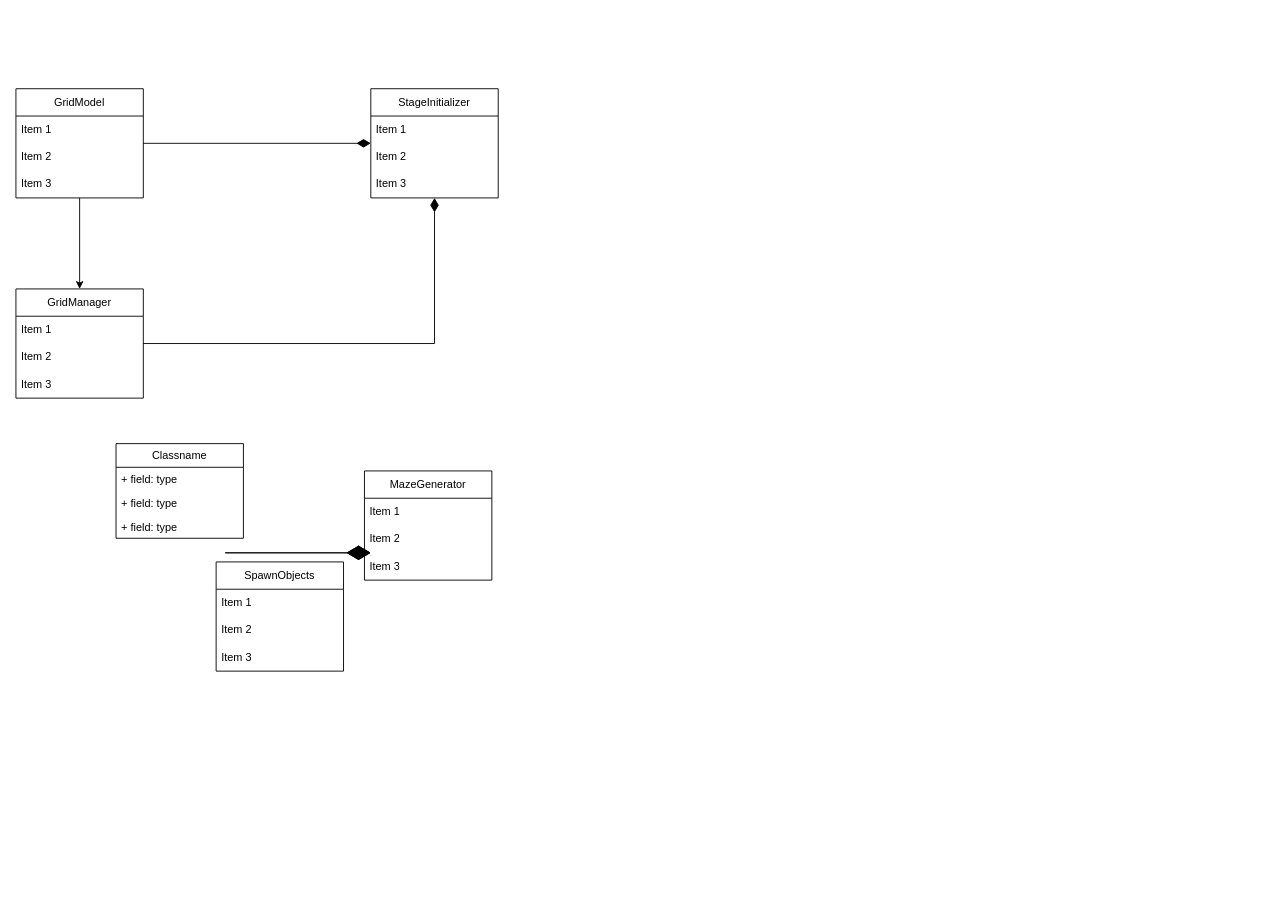
Above: MazeGame_CD.drawio in cat-yyy/myportfolio (draw.io), before the change. Source tidied: cells renumbered, new cells numbered last; positions are measured from the earlier drawing's top-left corner, leaving out a move shared by most shapes. Both pictures are drawn from the tidied source at 91%, with x=0, y=0 at pixel (15, 88).
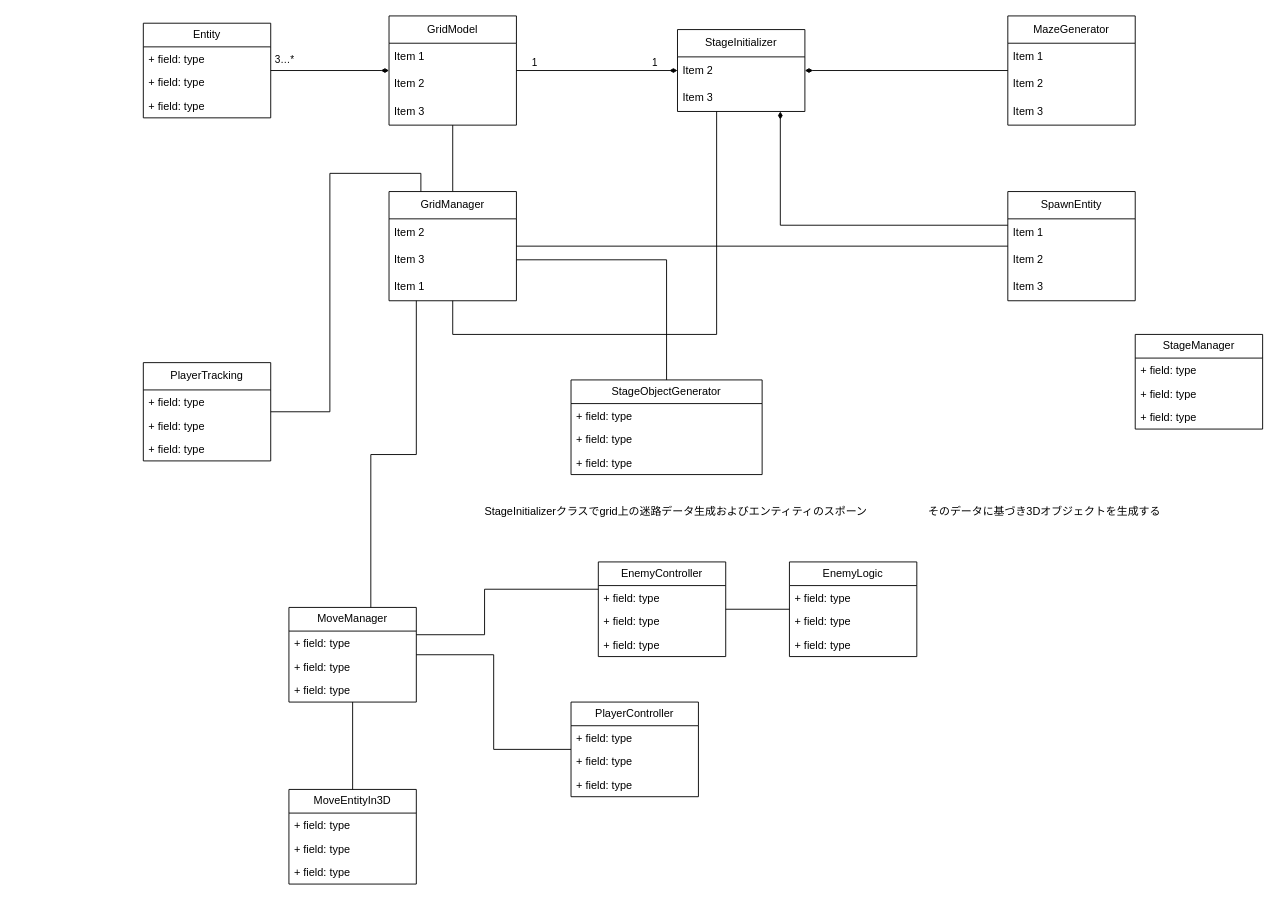
After the change.

Commit message:
MazeGame_CD.drawio を更新します

Change to the diagram source:
```diff
@@
-    <mxCell id="2" style="edgeStyle=orthogonalEdgeStyle;rounded=0;jettySize=auto;html=1;endArrow=diamondThin;endFill=1;endSize=13;" parent="1" edge="1" source="3" target="13">
+    <mxCell id="2" style="edgeStyle=orthogonalEdgeStyle;rounded=0;jettySize=auto;html=1;endArrow=diamondThin;endFill=1;endSize=6;" parent="1" edge="1" source="3" target="13">
       <mxGeometry relative="1" as="geometry" />
     </mxCell>
+    <mxCell id="31" value="1" style="edgeLabel;html=1;align=center;verticalAlign=middle;" parent="2" vertex="1">
+      <mxGeometry x="-0.79" relative="1" as="geometry">
+        <mxPoint y="-10" as="offset" />
+      </mxGeometry>
+    </mxCell>
+    <mxCell id="32" value="1" style="edgeLabel;html=1;align=center;verticalAlign=middle;" parent="2" vertex="1">
+      <mxGeometry x="0.71" y="2" relative="1" as="geometry">
+        <mxPoint y="-8" as="offset" />
+      </mxGeometry>
+    </mxCell>
     <mxCell id="3" value="GridModel" style="swimlane;fontStyle=0;horizontal=1;startSize=30;whiteSpace=wrap;html=1;" parent="1" vertex="1">
-      <mxGeometry width="140" height="120" as="geometry" />
+      <mxGeometry x="410" y="-80" width="140" height="120" as="geometry" />
     </mxCell>
@@
-    <mxCell id="7" style="edgeStyle=orthogonalEdgeStyle;rounded=0;jettySize=auto;html=1;" parent="1" edge="1" source="3" target="9">
+    <mxCell id="7" style="edgeStyle=orthogonalEdgeStyle;rounded=0;jettySize=auto;html=1;endArrow=none;startFill=0;" parent="1" edge="1" source="3" target="9">
       <mxGeometry relative="1" as="geometry" />
     </mxCell>
-    <mxCell id="8" style="edgeStyle=orthogonalEdgeStyle;rounded=0;jettySize=auto;html=1;endArrow=diamondThin;endFill=1;startSize=6;endSize=13;" parent="1" edge="1" source="9" target="13">
-      <mxGeometry relative="1" as="geometry" />
+    <mxCell id="8" style="edgeStyle=orthogonalEdgeStyle;rounded=0;jettySize=auto;html=1;endArrow=none;endFill=1;startFill=0;" parent="1" edge="1" source="9" target="13">
+      <mxGeometry relative="1" as="geometry">
+        <Array as="points">
+          <mxPoint x="770" y="270" />
+        </Array>
+      </mxGeometry>
     </mxCell>
     <mxCell id="9" value="GridManager" style="swimlane;fontStyle=0;horizontal=1;startSize=30;whiteSpace=wrap;html=1;" parent="1" vertex="1">
-      <mxGeometry y="220" width="140" height="120" as="geometry" />
+      <mxGeometry x="410" y="113" width="140" height="120" as="geometry" />
     </mxCell>
-    <mxCell id="10" value="Item 1" style="text;strokeColor=none;fillColor=none;align=left;verticalAlign=middle;spacingLeft=4;spacingRight=4;overflow=hidden;whiteSpace=wrap;html=1;" parent="9" vertex="1">
-      <mxGeometry y="30" width="140" height="30" as="geometry" />
-    </mxCell>
     <mxCell id="11" value="Item 2" style="text;strokeColor=none;fillColor=none;align=left;verticalAlign=middle;spacingLeft=4;spacingRight=4;overflow=hidden;whiteSpace=wrap;html=1;" parent="9" vertex="1">
-      <mxGeometry y="60" width="140" height="30" as="geometry" />
+      <mxGeometry y="30" width="140" height="30" as="geometry" />
     </mxCell>
     <mxCell id="12" value="Item 3" style="text;strokeColor=none;fillColor=none;align=left;verticalAlign=middle;spacingLeft=4;spacingRight=4;overflow=hidden;points=[[0,0.5],[1,0.5]];portConstraint=eastwest;whiteSpace=wrap;html=1;" parent="9" vertex="1">
-      <mxGeometry y="90" width="140" height="30" as="geometry" />
+      <mxGeometry y="60" width="140" height="30" as="geometry" />
     </mxCell>
+    <mxCell id="10" value="Item 1" style="text;strokeColor=none;fillColor=none;align=left;verticalAlign=middle;spacingLeft=4;spacingRight=4;overflow=hidden;whiteSpace=wrap;html=1;" parent="9" vertex="1">
+      <mxGeometry y="90" width="140" height="30" as="geometry" />
+    </mxCell>
     <mxCell id="13" value="StageInitializer" style="swimlane;fontStyle=0;horizontal=1;startSize=30;whiteSpace=wrap;html=1;" parent="1" vertex="1">
-      <mxGeometry x="390" width="140" height="120" as="geometry" />
+      <mxGeometry x="727" y="-65" width="140" height="90" as="geometry" />
     </mxCell>
-    <mxCell id="14" value="Item 1" style="text;strokeColor=none;fillColor=none;align=left;verticalAlign=middle;spacingLeft=4;spacingRight=4;overflow=hidden;whiteSpace=wrap;html=1;" parent="13" vertex="1">
-      <mxGeometry y="30" width="140" height="30" as="geometry" />
-    </mxCell>
     <mxCell id="15" value="Item 2" style="text;strokeColor=none;fillColor=none;align=left;verticalAlign=middle;spacingLeft=4;spacingRight=4;overflow=hidden;whiteSpace=wrap;html=1;" parent="13" vertex="1">
-      <mxGeometry y="60" width="140" height="30" as="geometry" />
+      <mxGeometry y="30" width="140" height="30" as="geometry" />
     </mxCell>
     <mxCell id="16" value="Item 3" style="text;strokeColor=none;fillColor=none;align=left;verticalAlign=middle;spacingLeft=4;spacingRight=4;overflow=hidden;whiteSpace=wrap;html=1;" parent="13" vertex="1">
-      <mxGeometry y="90" width="140" height="30" as="geometry" />
+      <mxGeometry y="60" width="140" height="30" as="geometry" />
     </mxCell>
+    <mxCell id="33" style="edgeStyle=orthogonalEdgeStyle;rounded=0;jettySize=auto;html=1;endArrow=diamondThin;endFill=1;" parent="1" edge="1" source="17" target="13">
+      <mxGeometry relative="1" as="geometry" />
+    </mxCell>
     <mxCell id="17" value="MazeGenerator" style="swimlane;fontStyle=0;horizontal=1;startSize=30;whiteSpace=wrap;html=1;" parent="1" vertex="1">
-      <mxGeometry x="383" y="420" width="140" height="120" as="geometry" />
+      <mxGeometry x="1090" y="-80" width="140" height="120" as="geometry" />
     </mxCell>
@@
+    <mxCell id="34" style="edgeStyle=orthogonalEdgeStyle;rounded=0;jettySize=auto;html=1;endArrow=diamondThin;endFill=1;" parent="1" edge="1" source="21" target="13">
+      <mxGeometry relative="1" as="geometry">
+        <Array as="points">
+          <mxPoint x="840" y="150" />
+        </Array>
+      </mxGeometry>
+    </mxCell>
+    <mxCell id="35" style="edgeStyle=orthogonalEdgeStyle;rounded=0;jettySize=auto;html=1;endArrow=none;startFill=0;" parent="1" edge="1" source="21" target="9">
+      <mxGeometry relative="1" as="geometry" />
+    </mxCell>
-    <mxCell id="21" value="SpawnObjects" style="swimlane;fontStyle=0;horizontal=1;startSize=30;whiteSpace=wrap;html=1;" parent="1" vertex="1">
-      <mxGeometry x="220" y="520" width="140" height="120" as="geometry" />
+    <mxCell id="21" value="SpawnEntity" style="swimlane;fontStyle=0;horizontal=1;startSize=30;whiteSpace=wrap;html=1;" parent="1" vertex="1">
+      <mxGeometry x="1090" y="113" width="140" height="120" as="geometry" />
     </mxCell>
@@
-    <mxCell id="25" value="Classname" style="swimlane;fontStyle=0;horizontal=1;startSize=26;fillColor=none;whiteSpace=wrap;html=1;" parent="1" vertex="1">
-      <mxGeometry x="110" y="390" width="140" height="104" as="geometry" />
-    </mxCell>
-    <mxCell id="26" value="+ field: type" style="text;strokeColor=none;fillColor=none;align=left;verticalAlign=top;spacingLeft=4;spacingRight=4;overflow=hidden;whiteSpace=wrap;html=1;" parent="25" vertex="1">
-      <mxGeometry y="26" width="140" height="26" as="geometry" />
-    </mxCell>
-    <mxCell id="27" value="+ field: type" style="text;strokeColor=none;fillColor=none;align=left;verticalAlign=top;spacingLeft=4;spacingRight=4;overflow=hidden;whiteSpace=wrap;html=1;" parent="25" vertex="1">
-      <mxGeometry y="52" width="140" height="26" as="geometry" />
-    </mxCell>
-    <mxCell id="28" value="+ field: type" style="text;strokeColor=none;fillColor=none;align=left;verticalAlign=top;spacingLeft=4;spacingRight=4;overflow=hidden;whiteSpace=wrap;html=1;" parent="25" vertex="1">
-      <mxGeometry y="78" width="140" height="26" as="geometry" />
-    </mxCell>
-    <mxCell id="29" style="endArrow=diamondThin;endFill=1;endSize=24;html=1;rounded=0;" parent="1" edge="1">
-      <mxGeometry relative="1" as="geometry">
-        <mxPoint x="230" y="510" as="sourcePoint" />
-        <mxPoint x="390" y="510" as="targetPoint" />
-      </mxGeometry>
-    </mxCell>
-    <mxCell id="30" style="endArrow=diamondThin;endFill=1;endSize=24;html=1;rounded=0;" parent="1" edge="1">
-      <mxGeometry relative="1" as="geometry">
-        <mxPoint x="230" y="510" as="sourcePoint" />
-        <mxPoint x="390" y="510" as="targetPoint" />
-      </mxGeometry>
-    </mxCell>
+    <mxCell id="36" style="edgeStyle=orthogonalEdgeStyle;rounded=0;jettySize=auto;html=1;endArrow=diamondThin;endFill=1;" parent="1" edge="1" source="38" target="3">
+      <mxGeometry relative="1" as="geometry" />
+    </mxCell>
+    <mxCell id="37" value="3…*" style="edgeLabel;html=1;align=center;verticalAlign=middle;" parent="36" vertex="1">
+      <mxGeometry x="-0.79" y="2" relative="1" as="geometry">
+        <mxPoint y="-11" as="offset" />
+      </mxGeometry>
+    </mxCell>
+    <mxCell id="38" value="Entity" style="swimlane;fontStyle=0;horizontal=1;startSize=26;fillColor=none;whiteSpace=wrap;html=1;" parent="1" vertex="1">
+      <mxGeometry x="140" y="-72" width="140" height="104" as="geometry" />
+    </mxCell>
+    <mxCell id="39" value="+ field: type" style="text;strokeColor=none;fillColor=none;align=left;verticalAlign=top;spacingLeft=4;spacingRight=4;overflow=hidden;whiteSpace=wrap;html=1;" parent="38" vertex="1">
+      <mxGeometry y="26" width="140" height="26" as="geometry" />
+    </mxCell>
+    <mxCell id="40" value="+ field: type" style="text;strokeColor=none;fillColor=none;align=left;verticalAlign=top;spacingLeft=4;spacingRight=4;overflow=hidden;whiteSpace=wrap;html=1;" parent="38" vertex="1">
+      <mxGeometry y="52" width="140" height="26" as="geometry" />
+    </mxCell>
+    <mxCell id="41" value="+ field: type" style="text;strokeColor=none;fillColor=none;align=left;verticalAlign=top;spacingLeft=4;spacingRight=4;overflow=hidden;whiteSpace=wrap;html=1;" parent="38" vertex="1">
+      <mxGeometry y="78" width="140" height="26" as="geometry" />
+    </mxCell>
+    <mxCell id="42" value="StageManager" style="swimlane;fontStyle=0;horizontal=1;startSize=26;fillColor=none;whiteSpace=wrap;html=1;" parent="1" vertex="1">
+      <mxGeometry x="1230" y="270" width="140" height="104" as="geometry" />
+    </mxCell>
+    <mxCell id="43" value="+ field: type" style="text;strokeColor=none;fillColor=none;align=left;verticalAlign=top;spacingLeft=4;spacingRight=4;overflow=hidden;whiteSpace=wrap;html=1;" parent="42" vertex="1">
+      <mxGeometry y="26" width="140" height="26" as="geometry" />
+    </mxCell>
+    <mxCell id="44" value="+ field: type" style="text;strokeColor=none;fillColor=none;align=left;verticalAlign=top;spacingLeft=4;spacingRight=4;overflow=hidden;whiteSpace=wrap;html=1;" parent="42" vertex="1">
+      <mxGeometry y="52" width="140" height="26" as="geometry" />
+    </mxCell>
+    <mxCell id="45" value="+ field: type" style="text;strokeColor=none;fillColor=none;align=left;verticalAlign=top;spacingLeft=4;spacingRight=4;overflow=hidden;whiteSpace=wrap;html=1;" parent="42" vertex="1">
+      <mxGeometry y="78" width="140" height="26" as="geometry" />
+    </mxCell>
+    <mxCell id="46" value="StageInitializerクラスでgrid上の迷路データ生成およびエンティティのスポーン" style="text;html=1;align=center;verticalAlign=middle;strokeColor=none;fillColor=none;" parent="1" vertex="1">
+      <mxGeometry x="500" y="450" width="450" height="30" as="geometry" />
+    </mxCell>
+    <mxCell id="47" value="そのデータに基づき3Dオブジェクトを生成する" style="text;html=1;align=center;verticalAlign=middle;strokeColor=none;fillColor=none;" parent="1" vertex="1">
+      <mxGeometry x="990" y="450" width="280" height="30" as="geometry" />
+    </mxCell>
+    <mxCell id="48" value="StageObjectGenerator" style="swimlane;fontStyle=0;horizontal=1;startSize=26;fillColor=none;whiteSpace=wrap;html=1;" parent="1" vertex="1">
+      <mxGeometry x="610" y="320" width="210" height="104" as="geometry" />
+    </mxCell>
+    <mxCell id="49" value="+ field: type" style="text;strokeColor=none;fillColor=none;align=left;verticalAlign=top;spacingLeft=4;spacingRight=4;overflow=hidden;whiteSpace=wrap;html=1;" parent="48" vertex="1">
+      <mxGeometry y="26" width="210" height="26" as="geometry" />
+    </mxCell>
+    <mxCell id="50" value="+ field: type" style="text;strokeColor=none;fillColor=none;align=left;verticalAlign=top;spacingLeft=4;spacingRight=4;overflow=hidden;whiteSpace=wrap;html=1;" parent="48" vertex="1">
+      <mxGeometry y="52" width="210" height="26" as="geometry" />
+    </mxCell>
+    <mxCell id="51" value="+ field: type" style="text;strokeColor=none;fillColor=none;align=left;verticalAlign=top;spacingLeft=4;spacingRight=4;overflow=hidden;whiteSpace=wrap;html=1;" parent="48" vertex="1">
+      <mxGeometry y="78" width="210" height="26" as="geometry" />
+    </mxCell>
+    <mxCell id="52" style="edgeStyle=orthogonalEdgeStyle;rounded=0;jettySize=auto;html=1;entryX=0.25;entryY=0;entryDx=0;entryDy=0;endArrow=none;startFill=0;" parent="1" edge="1" source="53" target="9">
+      <mxGeometry relative="1" as="geometry" />
+    </mxCell>
+    <mxCell id="53" value="PlayerTracking" style="swimlane;fontStyle=0;horizontal=1;startSize=30;fillColor=none;whiteSpace=wrap;html=1;" parent="1" vertex="1">
+      <mxGeometry x="140" y="301" width="140" height="108" as="geometry" />
+    </mxCell>
+    <mxCell id="54" value="+ field: type" style="text;strokeColor=none;fillColor=none;align=left;verticalAlign=top;spacingLeft=4;spacingRight=4;overflow=hidden;whiteSpace=wrap;html=1;" parent="53" vertex="1">
+      <mxGeometry y="30" width="140" height="26" as="geometry" />
+    </mxCell>
+    <mxCell id="55" value="+ field: type" style="text;strokeColor=none;fillColor=none;align=left;verticalAlign=top;spacingLeft=4;spacingRight=4;overflow=hidden;whiteSpace=wrap;html=1;" parent="53" vertex="1">
+      <mxGeometry y="56" width="140" height="26" as="geometry" />
+    </mxCell>
+    <mxCell id="56" value="+ field: type" style="text;strokeColor=none;fillColor=none;align=left;verticalAlign=top;spacingLeft=4;spacingRight=4;overflow=hidden;whiteSpace=wrap;html=1;" parent="53" vertex="1">
+      <mxGeometry y="82" width="140" height="26" as="geometry" />
+    </mxCell>
+    <mxCell id="57" style="edgeStyle=orthogonalEdgeStyle;rounded=0;jettySize=auto;html=1;exitX=1;exitY=0.5;exitDx=0;exitDy=0;endArrow=none;endFill=1;startFill=0;" parent="1" edge="1" source="12" target="48">
+      <mxGeometry relative="1" as="geometry" />
+    </mxCell>
+    <mxCell id="58" style="edgeStyle=orthogonalEdgeStyle;rounded=0;jettySize=auto;html=1;endArrow=none;startFill=0;" parent="1" edge="1" source="59" target="9">
+      <mxGeometry relative="1" as="geometry">
+        <Array as="points">
+          <mxPoint x="390" y="402" />
+          <mxPoint x="440" y="402" />
+        </Array>
+      </mxGeometry>
+    </mxCell>
+    <mxCell id="59" value="MoveManager" style="swimlane;fontStyle=0;horizontal=1;startSize=26;fillColor=none;whiteSpace=wrap;html=1;" parent="1" vertex="1">
+      <mxGeometry x="300" y="570" width="140" height="104" as="geometry" />
+    </mxCell>
+    <mxCell id="60" value="+ field: type" style="text;strokeColor=none;fillColor=none;align=left;verticalAlign=top;spacingLeft=4;spacingRight=4;overflow=hidden;whiteSpace=wrap;html=1;" parent="59" vertex="1">
+      <mxGeometry y="26" width="140" height="26" as="geometry" />
+    </mxCell>
+    <mxCell id="61" value="+ field: type" style="text;strokeColor=none;fillColor=none;align=left;verticalAlign=top;spacingLeft=4;spacingRight=4;overflow=hidden;whiteSpace=wrap;html=1;" parent="59" vertex="1">
+      <mxGeometry y="52" width="140" height="26" as="geometry" />
+    </mxCell>
+    <mxCell id="62" value="+ field: type" style="text;strokeColor=none;fillColor=none;align=left;verticalAlign=top;spacingLeft=4;spacingRight=4;overflow=hidden;whiteSpace=wrap;html=1;" parent="59" vertex="1">
+      <mxGeometry y="78" width="140" height="26" as="geometry" />
+    </mxCell>
+    <mxCell id="63" style="edgeStyle=orthogonalEdgeStyle;rounded=0;jettySize=auto;html=1;endArrow=none;startFill=0;" parent="1" edge="1" source="64" target="59">
+      <mxGeometry relative="1" as="geometry" />
+    </mxCell>
+    <mxCell id="64" value="MoveEntityIn3D" style="swimlane;fontStyle=0;horizontal=1;startSize=26;fillColor=none;whiteSpace=wrap;html=1;" parent="1" vertex="1">
+      <mxGeometry x="300" y="770" width="140" height="104" as="geometry" />
+    </mxCell>
+    <mxCell id="65" value="+ field: type" style="text;strokeColor=none;fillColor=none;align=left;verticalAlign=top;spacingLeft=4;spacingRight=4;overflow=hidden;whiteSpace=wrap;html=1;" parent="64" vertex="1">
+      <mxGeometry y="26" width="140" height="26" as="geometry" />
+    </mxCell>
+    <mxCell id="66" value="+ field: type" style="text;strokeColor=none;fillColor=none;align=left;verticalAlign=top;spacingLeft=4;spacingRight=4;overflow=hidden;whiteSpace=wrap;html=1;" parent="64" vertex="1">
+      <mxGeometry y="52" width="140" height="26" as="geometry" />
+    </mxCell>
+    <mxCell id="67" value="+ field: type" style="text;strokeColor=none;fillColor=none;align=left;verticalAlign=top;spacingLeft=4;spacingRight=4;overflow=hidden;whiteSpace=wrap;html=1;" parent="64" vertex="1">
+      <mxGeometry y="78" width="140" height="26" as="geometry" />
+    </mxCell>
+    <mxCell id="68" style="edgeStyle=orthogonalEdgeStyle;rounded=0;jettySize=auto;html=1;endArrow=none;startFill=0;" parent="1" edge="1" source="69" target="59">
+      <mxGeometry relative="1" as="geometry" />
+    </mxCell>
+    <mxCell id="69" value="PlayerController" style="swimlane;fontStyle=0;horizontal=1;startSize=26;fillColor=none;whiteSpace=wrap;html=1;" parent="1" vertex="1">
+      <mxGeometry x="610" y="674" width="140" height="104" as="geometry" />
+    </mxCell>
+    <mxCell id="70" value="+ field: type" style="text;strokeColor=none;fillColor=none;align=left;verticalAlign=top;spacingLeft=4;spacingRight=4;overflow=hidden;whiteSpace=wrap;html=1;" parent="69" vertex="1">
+      <mxGeometry y="26" width="140" height="26" as="geometry" />
+    </mxCell>
+    <mxCell id="71" value="+ field: type" style="text;strokeColor=none;fillColor=none;align=left;verticalAlign=top;spacingLeft=4;spacingRight=4;overflow=hidden;whiteSpace=wrap;html=1;" parent="69" vertex="1">
+      <mxGeometry y="52" width="140" height="26" as="geometry" />
+    </mxCell>
+    <mxCell id="72" value="+ field: type" style="text;strokeColor=none;fillColor=none;align=left;verticalAlign=top;spacingLeft=4;spacingRight=4;overflow=hidden;whiteSpace=wrap;html=1;" parent="69" vertex="1">
+      <mxGeometry y="78" width="140" height="26" as="geometry" />
+    </mxCell>
+    <mxCell id="73" style="edgeStyle=orthogonalEdgeStyle;rounded=0;jettySize=auto;html=1;endArrow=none;startFill=0;" parent="1" edge="1" source="74" target="59">
+      <mxGeometry relative="1" as="geometry">
+        <Array as="points">
+          <mxPoint x="515" y="550" />
+          <mxPoint x="515" y="600" />
+        </Array>
+      </mxGeometry>
+    </mxCell>
+    <mxCell id="74" value="EnemyController" style="swimlane;fontStyle=0;horizontal=1;startSize=26;fillColor=none;whiteSpace=wrap;html=1;" parent="1" vertex="1">
+      <mxGeometry x="640" y="520" width="140" height="104" as="geometry" />
+    </mxCell>
+    <mxCell id="75" value="+ field: type" style="text;strokeColor=none;fillColor=none;align=left;verticalAlign=top;spacingLeft=4;spacingRight=4;overflow=hidden;whiteSpace=wrap;html=1;" parent="74" vertex="1">
+      <mxGeometry y="26" width="140" height="26" as="geometry" />
+    </mxCell>
+    <mxCell id="76" value="+ field: type" style="text;strokeColor=none;fillColor=none;align=left;verticalAlign=top;spacingLeft=4;spacingRight=4;overflow=hidden;whiteSpace=wrap;html=1;" parent="74" vertex="1">
+      <mxGeometry y="52" width="140" height="26" as="geometry" />
+    </mxCell>
+    <mxCell id="77" value="+ field: type" style="text;strokeColor=none;fillColor=none;align=left;verticalAlign=top;spacingLeft=4;spacingRight=4;overflow=hidden;whiteSpace=wrap;html=1;" parent="74" vertex="1">
+      <mxGeometry y="78" width="140" height="26" as="geometry" />
+    </mxCell>
+    <mxCell id="78" style="edgeStyle=orthogonalEdgeStyle;rounded=0;jettySize=auto;html=1;endArrow=none;startFill=0;" parent="1" edge="1" source="79" target="74">
+      <mxGeometry relative="1" as="geometry" />
+    </mxCell>
+    <mxCell id="79" value="EnemyLogic" style="swimlane;fontStyle=0;horizontal=1;startSize=26;fillColor=none;whiteSpace=wrap;html=1;" parent="1" vertex="1">
+      <mxGeometry x="850" y="520" width="140" height="104" as="geometry" />
+    </mxCell>
+    <mxCell id="80" value="+ field: type" style="text;strokeColor=none;fillColor=none;align=left;verticalAlign=top;spacingLeft=4;spacingRight=4;overflow=hidden;whiteSpace=wrap;html=1;" parent="79" vertex="1">
+      <mxGeometry y="26" width="140" height="26" as="geometry" />
+    </mxCell>
+    <mxCell id="81" value="+ field: type" style="text;strokeColor=none;fillColor=none;align=left;verticalAlign=top;spacingLeft=4;spacingRight=4;overflow=hidden;whiteSpace=wrap;html=1;" parent="79" vertex="1">
+      <mxGeometry y="52" width="140" height="26" as="geometry" />
+    </mxCell>
+    <mxCell id="82" value="+ field: type" style="text;strokeColor=none;fillColor=none;align=left;verticalAlign=top;spacingLeft=4;spacingRight=4;overflow=hidden;whiteSpace=wrap;html=1;" parent="79" vertex="1">
+      <mxGeometry y="78" width="140" height="26" as="geometry" />
+    </mxCell>
```
